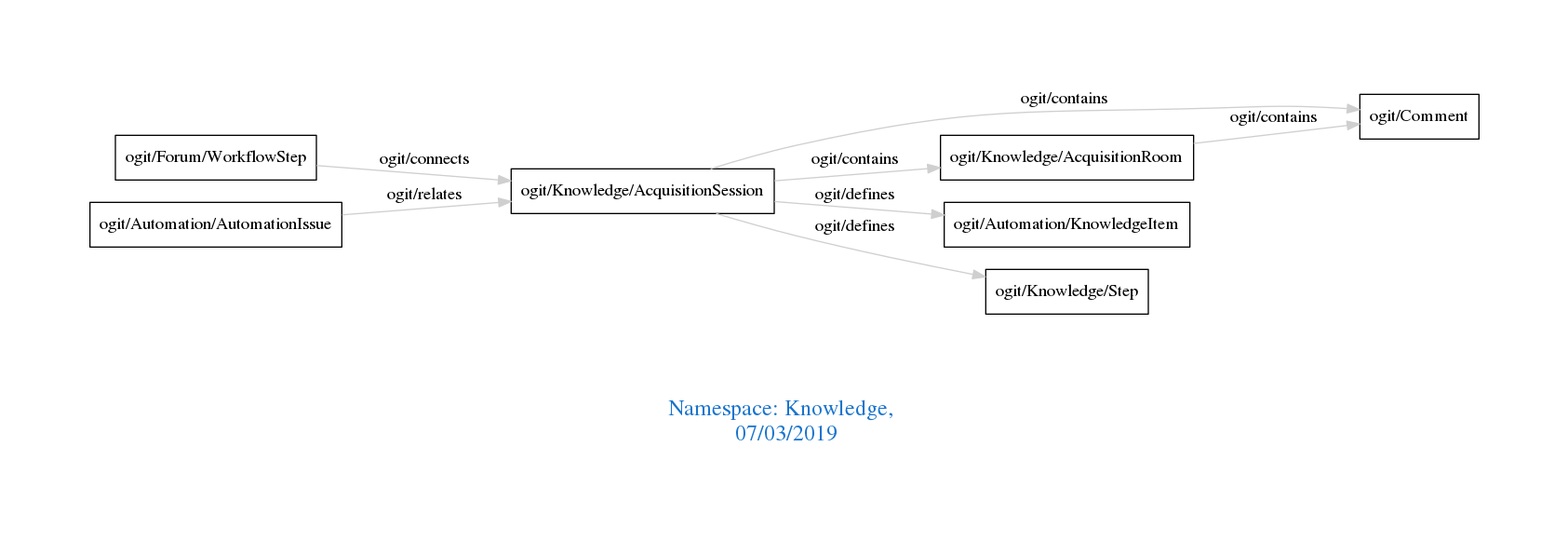
This is downloads/Knowledge.png from arago/OGIT, a Graphviz export, as it was before one commit. Its source is kept beside it as downloads/Knowledge.dot.
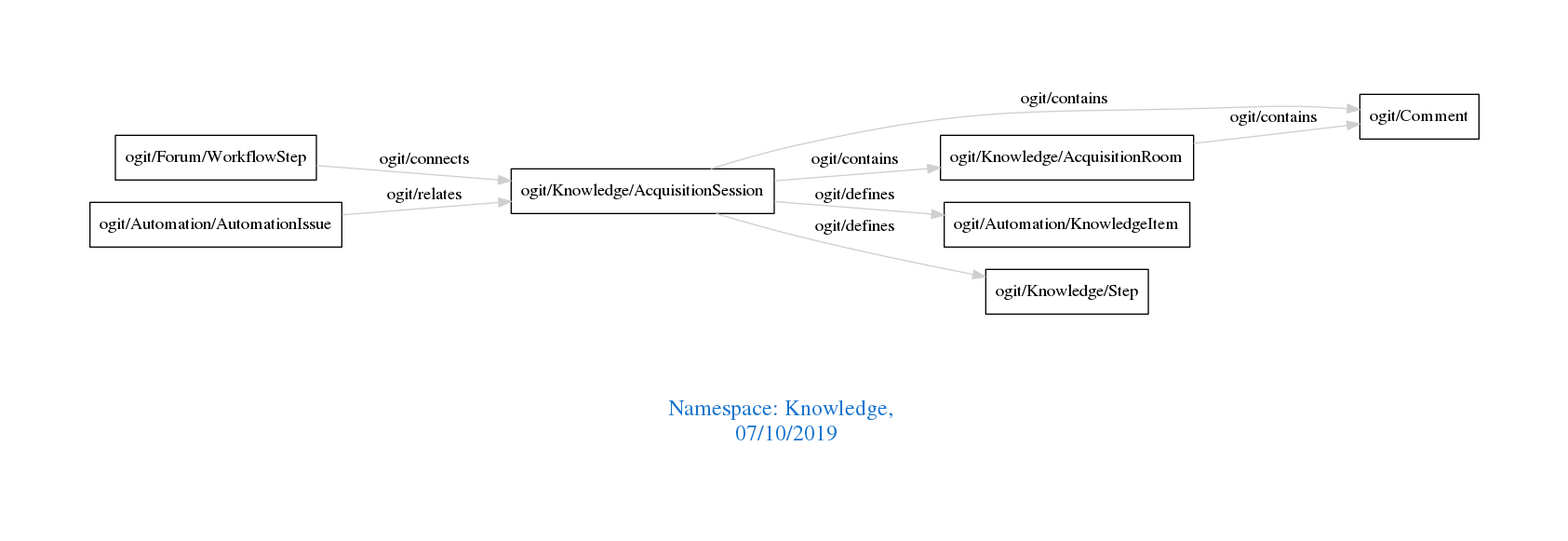
Later version of the same file.

Change to the diagram source:
```diff
@@ -1,7 +1,7 @@
 digraph OGIT_ontology {
  graph [ rankdir= LR,pad=1
 fontsize = 18,
-fontcolor= dodgerblue3,label = "\n\n\nNamespace: Knowledge, \n 07/03/2019"];
+fontcolor= dodgerblue3,label = "\n\n\nNamespace: Knowledge, \n 07/10/2019"];
 node[shape=polygon];
 edge [  color="gray81"];
 
```
